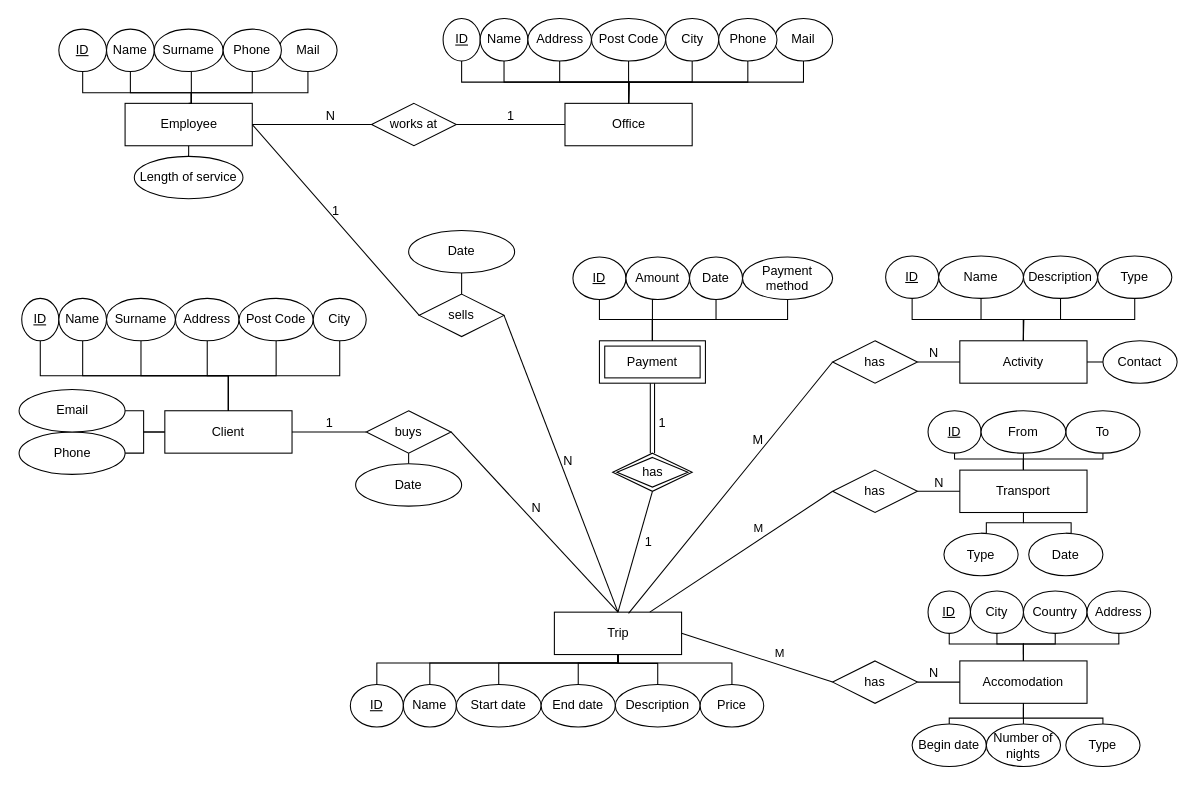
The draw.io diagram page "Proposition 2" (2 of 3) of DB Projekt 1.drawio in phootrf/DBProjet1, before the edit. Source tidied: cells renumbered, new cells numbered last; positions are measured from the earlier drawing's top-left corner, leaving out a move shared by most shapes. Both pictures are drawn from the tidied source at 106%, with x=0, y=0 at pixel (18, 18).
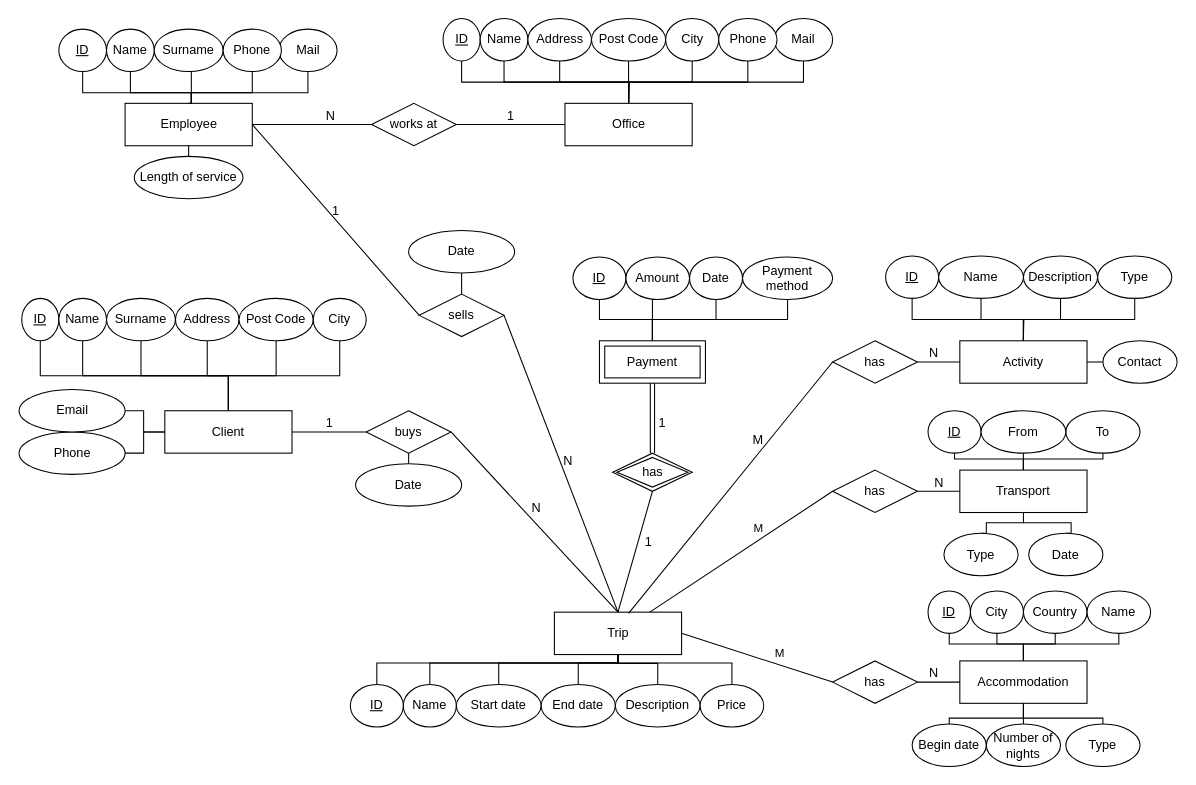
Above is the later version.

Commit message:
last save before sending

Diff of the diagram source:
```diff
@@
-    <mxCell id="116" value="Accomodation" style="whiteSpace=wrap;html=1;align=center;" parent="1" vertex="1">
+    <mxCell id="116" value="Accommodation" style="whiteSpace=wrap;html=1;align=center;" parent="1" vertex="1">
       <mxGeometry x="888" y="606" width="120" height="40" as="geometry" />
     </mxCell>
@@
-    <mxCell id="136" value="Address" style="ellipse;whiteSpace=wrap;html=1;align=center;" parent="1" vertex="1">
+    <mxCell id="136" value="Name" style="ellipse;whiteSpace=wrap;html=1;align=center;" parent="1" vertex="1">
       <mxGeometry x="1008" y="540" width="60" height="40" as="geometry" />
     </mxCell>
```
